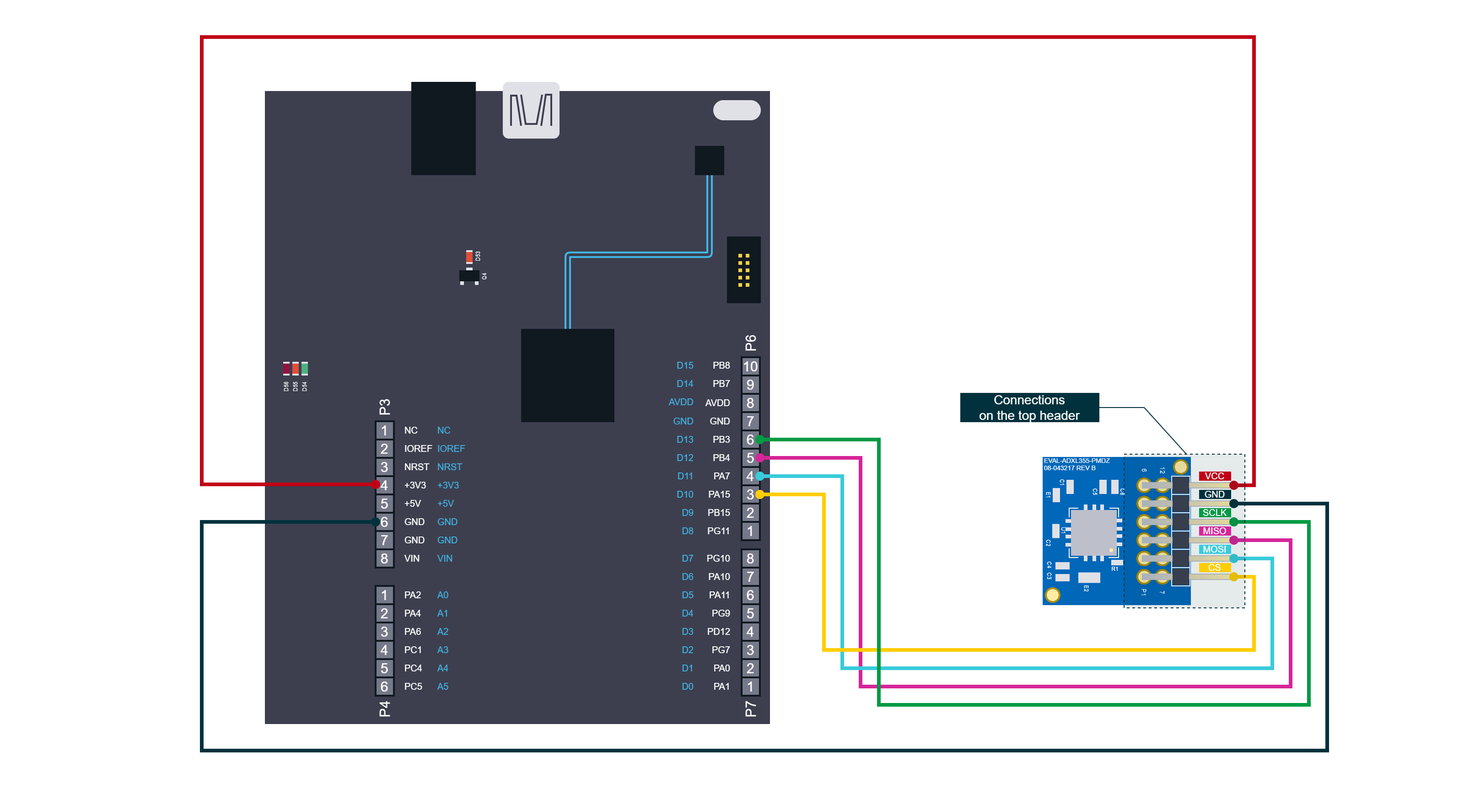
PLAY-Embedded/pe_assets keeps this draw.io diagram as draw.io/Articles/ChibiOS/Examples and exercises/Hands-on exercise with the ADXL355 and ChibiOS SPI/SDP-K1 + EVAL-ADXL355-PMDZ connection (PE).png. Above is the earlier version. Source tidied: cells renumbered, new cells last; positions are measured from the earlier drawing's top-left corner, leaving out a move shared by most shapes.
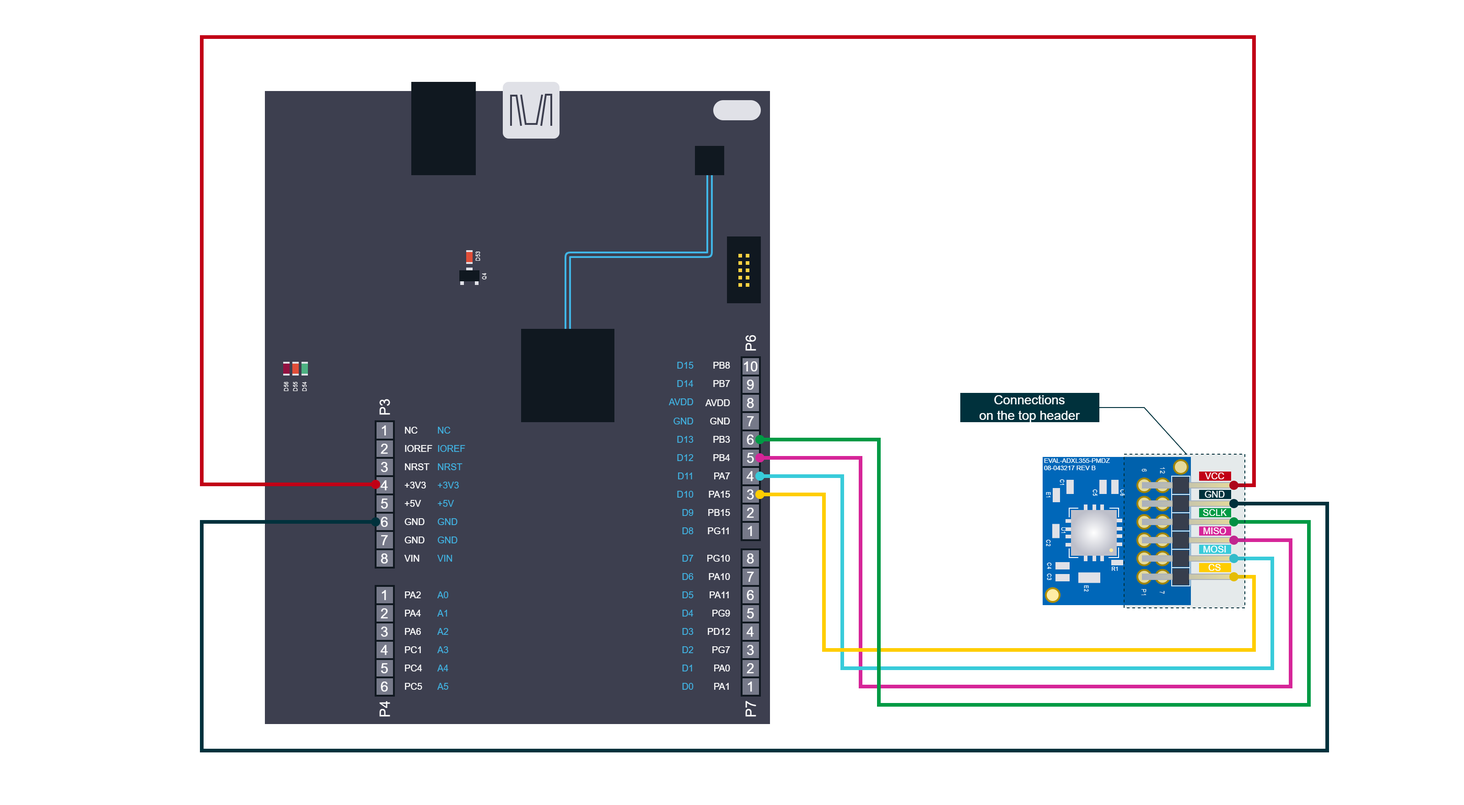
Later version of the same file.

The edit, as a diff of the source:
```diff
@@ -68,7 +68,7 @@
     <mxCell id="23" style="ellipse;whiteSpace=wrap;html=1;strokeColor=#B28F00;strokeWidth=2;fontFamily=Arial;fontSize=20;fontColor=#101820;fillColor=#FFEDA5;" parent="1" vertex="1">
       <mxGeometry x="1142.5" y="642.5" width="15" height="15" as="geometry" />
     </mxCell>
-    <mxCell id="24" style="whiteSpace=wrap;html=1;strokeColor=none;strokeWidth=2;fontFamily=Arial;fontSize=20;fontColor=#101820;fillColor=#BDBFCA;" parent="1" vertex="1">
+    <mxCell id="24" style="whiteSpace=wrap;html=1;strokeColor=none;strokeWidth=2;fontFamily=Arial;fontSize=20;fontColor=#101820;fillColor=#FFFFFF;gradientColor=#BDBFCA;gradientDirection=radial;fillStyle=auto;glass=0;rounded=0;shadow=0;" parent="1" vertex="1">
       <mxGeometry x="1170" y="557" width="50" height="50" as="geometry" />
     </mxCell>
     <mxCell id="25" style="rounded=0;whiteSpace=wrap;html=1;strokeColor=none;strokeWidth=2;fontFamily=Arial;fontSize=20;fontColor=#101820;fillColor=#E0E1E7;" parent="1" vertex="1">
```
